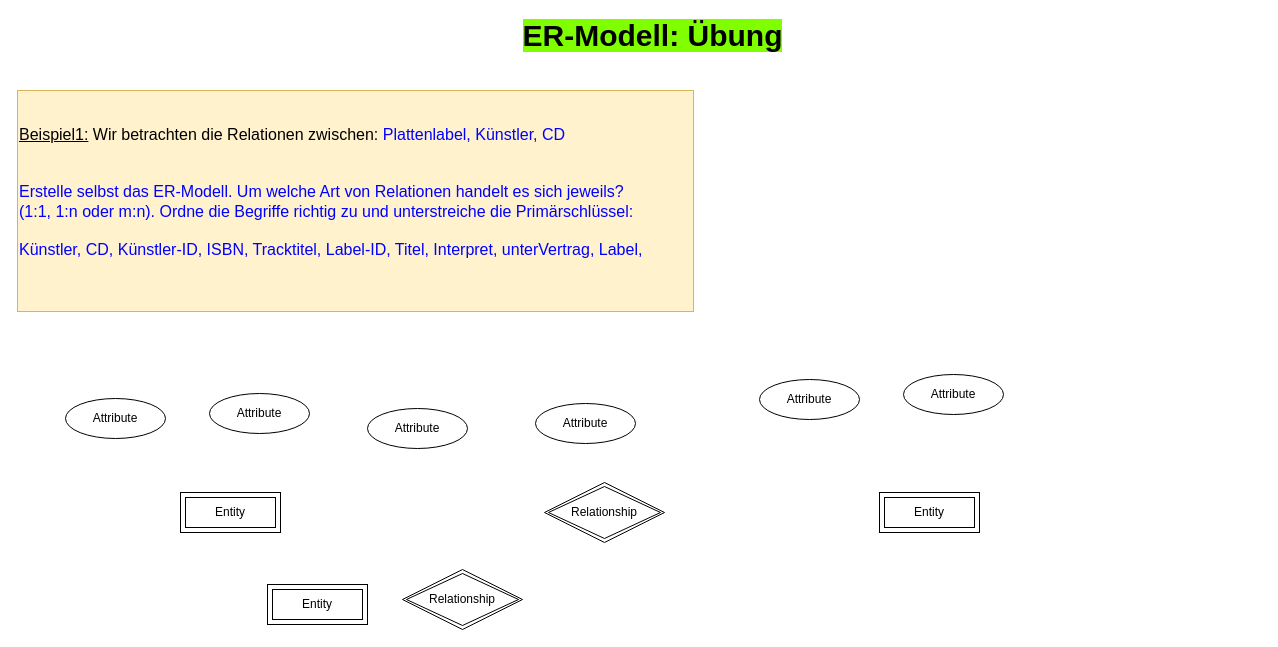
The draw.io diagram page "Bsp3_Plattenlabel" (3 of 4) of ER-Modell_Beispiele.drawio in AlteMelberten/DRAWIO, before the edit. Source tidied: cells renumbered, new cells numbered last; positions are measured from the earlier drawing's top-left corner, leaving out a move shared by most shapes. Both pictures are drawn from the tidied source at 100%, with x=0, y=0 at pixel (17, 20).
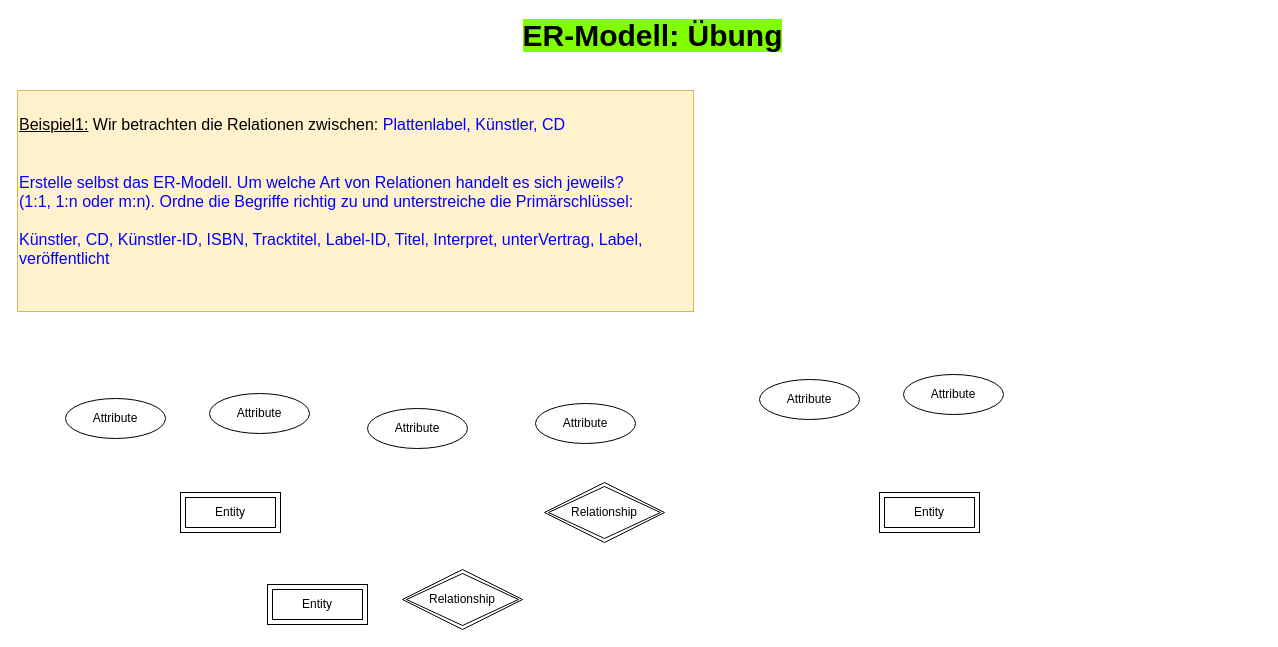
The same page after the edit.

Commit message:
Fehler 2 korrigiert

Change to the diagram source:
```diff
@@
 <mxGraphModel>
   <root>
     <mxCell id="0" />
     <mxCell id="1" parent="0" />
     <mxCell id="2" value="&lt;font size=&quot;1&quot;&gt;&lt;b style=&quot;background-color: rgb(128, 255, 0); font-size: 30px;&quot;&gt;ER-Modell: Übung&lt;/b&gt;&lt;/font&gt;" style="text;html=1;align=center;verticalAlign=middle;whiteSpace=wrap;rounded=0;fontSize=16;" parent="1" vertex="1">
       <mxGeometry x="28" width="1215" height="30" as="geometry" />
     </mxCell>
-    <mxCell id="3" value="&lt;div align=&quot;left&quot;&gt;&lt;u&gt;Beispiel1:&lt;/u&gt; Wir betrachten die Relationen zwischen: &lt;font color=&quot;#0000ff&quot;&gt;Plattenlabel, Künstler, CD&lt;/font&gt;&lt;br&gt;&lt;/div&gt;&lt;div align=&quot;left&quot;&gt;&lt;br&gt;&lt;br&gt;&lt;font color=&quot;#0000ff&quot;&gt;Erstelle selbst das ER-Modell. Um welche Art von Relationen handelt es sich jeweils? &lt;br&gt;(1:1, 1:n oder m:n). Ordne die Begriffe richtig zu und unterstreiche die Primärschlüssel:&lt;br&gt;&lt;/font&gt;&lt;/div&gt;&lt;div align=&quot;left&quot;&gt;&lt;font color=&quot;#0000ff&quot;&gt;&lt;br&gt;&lt;/font&gt;&lt;/div&gt;&lt;div align=&quot;left&quot;&gt;&lt;font color=&quot;#0000ff&quot;&gt;Künstler, CD, Künstler-ID, ISBN, Tracktitel, Label-ID, Titel, Interpret, unterVertrag, Label,&lt;br&gt;&lt;/font&gt;&lt;br&gt;&lt;/div&gt;" style="text;html=1;align=left;verticalAlign=middle;whiteSpace=wrap;rounded=0;fontSize=16;fillColor=#fff2cc;strokeColor=#d6b656;" parent="1" vertex="1">
+    <mxCell id="3" value="&lt;div align=&quot;left&quot;&gt;&lt;u&gt;Beispiel1:&lt;/u&gt; Wir betrachten die Relationen zwischen: &lt;font color=&quot;#0000ff&quot;&gt;Plattenlabel, Künstler, CD&lt;/font&gt;&lt;br&gt;&lt;/div&gt;&lt;div align=&quot;left&quot;&gt;&lt;br&gt;&lt;br&gt;&lt;font color=&quot;#0000ff&quot;&gt;Erstelle selbst das ER-Modell. Um welche Art von Relationen handelt es sich jeweils? &lt;br&gt;(1:1, 1:n oder m:n). Ordne die Begriffe richtig zu und unterstreiche die Primärschlüssel:&lt;br&gt;&lt;/font&gt;&lt;/div&gt;&lt;div align=&quot;left&quot;&gt;&lt;font color=&quot;#0000ff&quot;&gt;&lt;br&gt;&lt;/font&gt;&lt;/div&gt;&lt;div align=&quot;left&quot;&gt;&lt;font color=&quot;#0000ff&quot;&gt;Künstler, CD, Künstler-ID, ISBN, Tracktitel, Label-ID, Titel, Interpret, unterVertrag, Label, veröffentlicht&lt;br&gt;&lt;/font&gt;&lt;br&gt;&lt;/div&gt;" style="text;html=1;align=left;verticalAlign=middle;whiteSpace=wrap;rounded=0;fontSize=16;fillColor=#fff2cc;strokeColor=#d6b656;" parent="1" vertex="1">
       <mxGeometry y="70" width="676" height="221" as="geometry" />
     </mxCell>
     <mxCell id="4" value="Relationship" style="shape=rhombus;double=1;perimeter=rhombusPerimeter;whiteSpace=wrap;html=1;align=center;" parent="1" vertex="1">
       <mxGeometry x="527" y="462" width="120" height="60" as="geometry" />
     </mxCell>
     <mxCell id="5" value="Entity" style="shape=ext;margin=3;double=1;whiteSpace=wrap;html=1;align=center;" parent="1" vertex="1">
       <mxGeometry x="163" y="472" width="100" height="40" as="geometry" />
     </mxCell>
     <mxCell id="6" value="Entity" style="shape=ext;margin=3;double=1;whiteSpace=wrap;html=1;align=center;" parent="1" vertex="1">
       <mxGeometry x="862" y="472" width="100" height="40" as="geometry" />
     </mxCell>
     <mxCell id="7" value="Attribute" style="ellipse;whiteSpace=wrap;html=1;align=center;" parent="1" vertex="1">
       <mxGeometry x="48" y="378" width="100" height="40" as="geometry" />
     </mxCell>
     <mxCell id="8" value="Attribute" style="ellipse;whiteSpace=wrap;html=1;align=center;" parent="1" vertex="1">
       <mxGeometry x="192" y="373" width="100" height="40" as="geometry" />
     </mxCell>
     <mxCell id="9" value="Attribute" style="ellipse;whiteSpace=wrap;html=1;align=center;" parent="1" vertex="1">
       <mxGeometry x="350" y="388" width="100" height="40" as="geometry" />
     </mxCell>
     <mxCell id="10" value="Attribute" style="ellipse;whiteSpace=wrap;html=1;align=center;" parent="1" vertex="1">
       <mxGeometry x="742" y="359" width="100" height="40" as="geometry" />
     </mxCell>
     <mxCell id="11" value="Attribute" style="ellipse;whiteSpace=wrap;html=1;align=center;" parent="1" vertex="1">
       <mxGeometry x="886" y="354" width="100" height="40" as="geometry" />
     </mxCell>
     <mxCell id="12" value="Relationship" style="shape=rhombus;double=1;perimeter=rhombusPerimeter;whiteSpace=wrap;html=1;align=center;" parent="1" vertex="1">
       <mxGeometry x="385" y="549" width="120" height="60" as="geometry" />
     </mxCell>
     <mxCell id="13" value="Entity" style="shape=ext;margin=3;double=1;whiteSpace=wrap;html=1;align=center;" parent="1" vertex="1">
       <mxGeometry x="250" y="564" width="100" height="40" as="geometry" />
     </mxCell>
     <mxCell id="14" value="Attribute" style="ellipse;whiteSpace=wrap;html=1;align=center;" parent="1" vertex="1">
       <mxGeometry x="518" y="383" width="100" height="40" as="geometry" />
     </mxCell>
   </root>
 </mxGraphModel>
```
